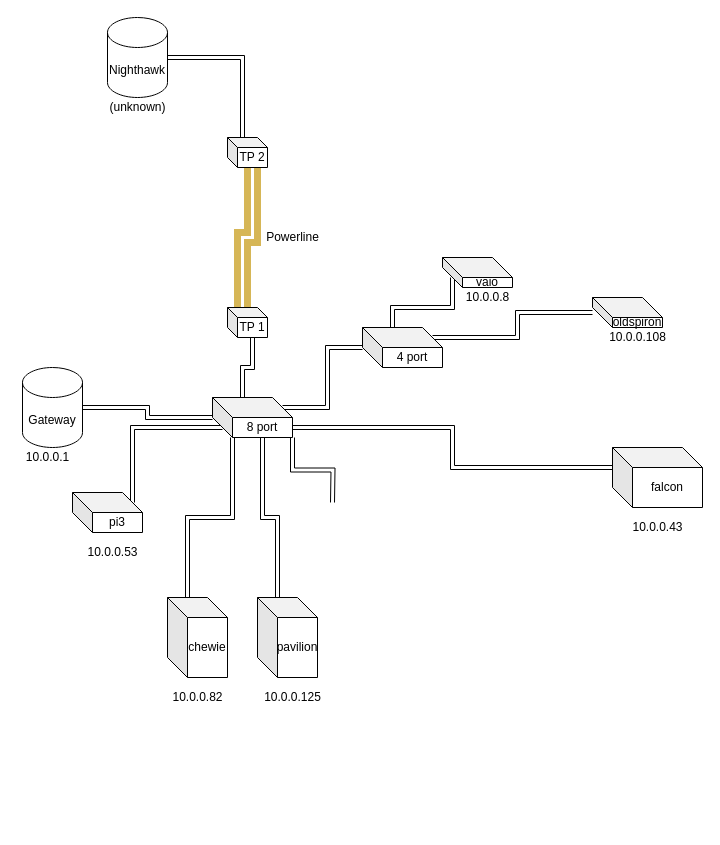
The draw.io diagram Home-Network.drawio in SomethingGeneric/SomethingGeneric, before the edit. Source tidied: cells renumbered, new cells numbered last; positions are measured from the earlier drawing's top-left corner, leaving out a move shared by most shapes. Both pictures are drawn from the tidied source at 100%, with x=0, y=0 at pixel (17, 17).
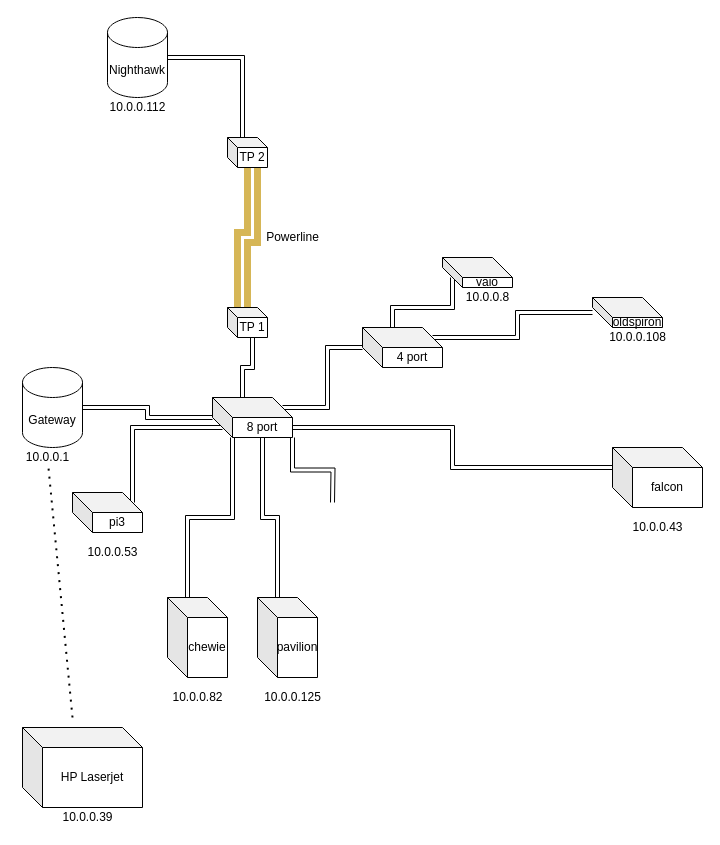
The same page after the edit.

Unchanged cells that the change refers to:
```xml
<mxCell id="24" value="10.0.0.1" style="text;html=1;align=center;verticalAlign=middle;points=[];fillColor=none;strokeColor=none;rounded=0;" parent="1" vertex="1">
  <mxGeometry y="430" width="60" height="20" as="geometry" />
</mxCell>
```

Diff of the diagram source:
```diff
@@
-    <mxCell id="28" value="(unknown)" style="text;html=1;align=center;verticalAlign=middle;fillColor=none;strokeColor=none;rounded=0;" parent="1" vertex="1">
+    <mxCell id="28" value="&lt;div&gt;10.0.0.112&lt;/div&gt;" style="text;html=1;align=center;verticalAlign=middle;fillColor=none;strokeColor=none;rounded=0;" parent="1" vertex="1">
       <mxGeometry x="85" y="80" width="70" height="20" as="geometry" />
     </mxCell>
@@
+    <mxCell id="35" value="HP Laserjet" style="shape=cube;whiteSpace=wrap;html=1;boundedLbl=1;backgroundOutline=1;darkOpacity=0.05;darkOpacity2=0.1;" parent="1" vertex="1">
+      <mxGeometry x="5" y="710" width="120" height="80" as="geometry" />
+    </mxCell>
+    <mxCell id="36" value="&lt;div&gt;10.0.0.39&lt;/div&gt;" style="text;html=1;align=center;verticalAlign=middle;fillColor=none;strokeColor=none;rounded=0;" parent="1" vertex="1">
+      <mxGeometry x="35" y="790" width="70" height="20" as="geometry" />
+    </mxCell>
+    <mxCell id="37" style="endArrow=none;dashed=1;html=1;dashPattern=1 3;strokeWidth=2;rounded=0;" parent="1" edge="1" target="24">
+      <mxGeometry relative="1" as="geometry">
+        <mxPoint x="55" y="700" as="sourcePoint" />
+      </mxGeometry>
+    </mxCell>
```
